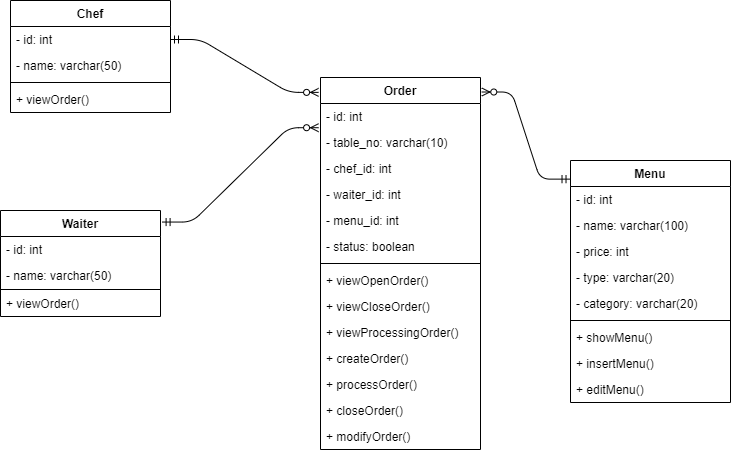
Above: img/class-diagram.png in epebri/btpns-test (draw.io), before the change. Source tidied: cells renumbered, new cells last; positions are measured from the earlier drawing's top-left corner, leaving out a move shared by most shapes. The source it was exported from:
```xml
<mxGraphModel>
  <root>
    <mxCell id="0" />
    <mxCell id="1" parent="0" />
    <mxCell id="2" value="Chef" style="swimlane;fontStyle=1;align=center;verticalAlign=top;horizontal=1;startSize=26;" parent="1" vertex="1">
      <mxGeometry x="10" width="160" height="112" as="geometry" />
    </mxCell>
    <mxCell id="3" value="- id: int" style="text;strokeColor=none;fillColor=none;align=left;verticalAlign=top;spacingLeft=4;spacingRight=4;overflow=hidden;points=[[0,0.5],[1,0.5]];portConstraint=eastwest;" parent="2" vertex="1">
      <mxGeometry y="26" width="160" height="26" as="geometry" />
    </mxCell>
    <mxCell id="4" value="- name: varchar(50)" style="text;strokeColor=none;fillColor=none;align=left;verticalAlign=top;spacingLeft=4;spacingRight=4;overflow=hidden;" parent="2" vertex="1">
      <mxGeometry y="52" width="160" height="26" as="geometry" />
    </mxCell>
    <mxCell id="5" style="line;strokeWidth=1;fillColor=none;align=left;verticalAlign=middle;spacingTop=-1;spacingLeft=3;spacingRight=3;labelPosition=right;" parent="2" vertex="1">
      <mxGeometry y="78" width="160" height="8" as="geometry" />
    </mxCell>
    <mxCell id="6" value="+ viewOrder()" style="text;strokeColor=none;fillColor=none;align=left;verticalAlign=top;spacingLeft=4;spacingRight=4;overflow=hidden;" parent="2" vertex="1">
      <mxGeometry y="86" width="160" height="26" as="geometry" />
    </mxCell>
    <mxCell id="7" value="Order" style="swimlane;fontStyle=1;align=center;verticalAlign=top;horizontal=1;startSize=26;" parent="1" vertex="1">
      <mxGeometry x="320" y="77" width="160" height="372" as="geometry" />
    </mxCell>
    <mxCell id="8" value="- id: int" style="text;strokeColor=none;fillColor=none;align=left;verticalAlign=top;spacingLeft=4;spacingRight=4;overflow=hidden;points=[[0,0.5],[1,0.5]];portConstraint=eastwest;" parent="7" vertex="1">
      <mxGeometry y="26" width="160" height="26" as="geometry" />
    </mxCell>
    <mxCell id="9" value="- table_no: varchar(10)" style="text;strokeColor=none;fillColor=none;align=left;verticalAlign=top;spacingLeft=4;spacingRight=4;overflow=hidden;" parent="7" vertex="1">
      <mxGeometry y="52" width="160" height="26" as="geometry" />
    </mxCell>
    <mxCell id="10" value="- chef_id: int" style="text;strokeColor=none;fillColor=none;align=left;verticalAlign=top;spacingLeft=4;spacingRight=4;overflow=hidden;points=[[0,0.5],[1,0.5]];portConstraint=eastwest;" parent="7" vertex="1">
      <mxGeometry y="78" width="160" height="26" as="geometry" />
    </mxCell>
    <mxCell id="11" value="- waiter_id: int" style="text;strokeColor=none;fillColor=none;align=left;verticalAlign=top;spacingLeft=4;spacingRight=4;overflow=hidden;points=[[0,0.5],[1,0.5]];portConstraint=eastwest;" parent="7" vertex="1">
      <mxGeometry y="104" width="160" height="26" as="geometry" />
    </mxCell>
    <mxCell id="12" value="- menu_id: int" style="text;strokeColor=none;fillColor=none;align=left;verticalAlign=top;spacingLeft=4;spacingRight=4;overflow=hidden;points=[[0,0.5],[1,0.5]];portConstraint=eastwest;" parent="7" vertex="1">
      <mxGeometry y="130" width="160" height="26" as="geometry" />
    </mxCell>
    <mxCell id="13" value="- status: boolean" style="text;strokeColor=none;fillColor=none;align=left;verticalAlign=top;spacingLeft=4;spacingRight=4;overflow=hidden;" parent="7" vertex="1">
      <mxGeometry y="156" width="160" height="26" as="geometry" />
    </mxCell>
    <mxCell id="14" style="line;strokeWidth=1;fillColor=none;align=left;verticalAlign=middle;spacingTop=-1;spacingLeft=3;spacingRight=3;labelPosition=right;" parent="7" vertex="1">
      <mxGeometry y="182" width="160" height="8" as="geometry" />
    </mxCell>
    <mxCell id="15" value="+ viewOpenOrder()" style="text;strokeColor=none;fillColor=none;align=left;verticalAlign=top;spacingLeft=4;spacingRight=4;overflow=hidden;" parent="7" vertex="1">
      <mxGeometry y="190" width="160" height="26" as="geometry" />
    </mxCell>
    <mxCell id="16" value="+ viewCloseOrder()" style="text;strokeColor=none;fillColor=none;align=left;verticalAlign=top;spacingLeft=4;spacingRight=4;overflow=hidden;" parent="7" vertex="1">
      <mxGeometry y="216" width="160" height="26" as="geometry" />
    </mxCell>
    <mxCell id="17" value="+ viewProcessingOrder()" style="text;strokeColor=none;fillColor=none;align=left;verticalAlign=top;spacingLeft=4;spacingRight=4;overflow=hidden;" parent="7" vertex="1">
      <mxGeometry y="242" width="160" height="26" as="geometry" />
    </mxCell>
    <mxCell id="18" value="+ createOrder()" style="text;strokeColor=none;fillColor=none;align=left;verticalAlign=top;spacingLeft=4;spacingRight=4;overflow=hidden;" parent="7" vertex="1">
      <mxGeometry y="268" width="160" height="26" as="geometry" />
    </mxCell>
    <mxCell id="19" value="+ processOrder()" style="text;strokeColor=none;fillColor=none;align=left;verticalAlign=top;spacingLeft=4;spacingRight=4;overflow=hidden;" parent="7" vertex="1">
      <mxGeometry y="294" width="160" height="26" as="geometry" />
    </mxCell>
    <mxCell id="20" value="+ closeOrder()" style="text;strokeColor=none;fillColor=none;align=left;verticalAlign=top;spacingLeft=4;spacingRight=4;overflow=hidden;" parent="7" vertex="1">
      <mxGeometry y="320" width="160" height="26" as="geometry" />
    </mxCell>
    <mxCell id="21" value="+ modifyOrder()" style="text;strokeColor=none;fillColor=none;align=left;verticalAlign=top;spacingLeft=4;spacingRight=4;overflow=hidden;" parent="7" vertex="1">
      <mxGeometry y="346" width="160" height="26" as="geometry" />
    </mxCell>
    <mxCell id="22" value="Menu" style="swimlane;fontStyle=1;align=center;verticalAlign=top;horizontal=1;startSize=26;" parent="1" vertex="1">
      <mxGeometry x="570" y="160" width="160" height="242" as="geometry" />
    </mxCell>
    <mxCell id="23" value="- id: int" style="text;strokeColor=none;fillColor=none;align=left;verticalAlign=top;spacingLeft=4;spacingRight=4;overflow=hidden;" parent="22" vertex="1">
      <mxGeometry y="26" width="160" height="26" as="geometry" />
    </mxCell>
    <mxCell id="24" value="- name: varchar(100)" style="text;strokeColor=none;fillColor=none;align=left;verticalAlign=top;spacingLeft=4;spacingRight=4;overflow=hidden;" parent="22" vertex="1">
      <mxGeometry y="52" width="160" height="26" as="geometry" />
    </mxCell>
    <mxCell id="25" value="- price: int" style="text;strokeColor=none;fillColor=none;align=left;verticalAlign=top;spacingLeft=4;spacingRight=4;overflow=hidden;" parent="22" vertex="1">
      <mxGeometry y="78" width="160" height="26" as="geometry" />
    </mxCell>
    <mxCell id="26" value="- type: varchar(20)&#10;" style="text;strokeColor=none;fillColor=none;align=left;verticalAlign=top;spacingLeft=4;spacingRight=4;overflow=hidden;" parent="22" vertex="1">
      <mxGeometry y="104" width="160" height="26" as="geometry" />
    </mxCell>
    <mxCell id="27" value="- category: varchar(20)" style="text;strokeColor=none;fillColor=none;align=left;verticalAlign=top;spacingLeft=4;spacingRight=4;overflow=hidden;" parent="22" vertex="1">
      <mxGeometry y="130" width="160" height="26" as="geometry" />
    </mxCell>
    <mxCell id="28" style="line;strokeWidth=1;fillColor=none;align=left;verticalAlign=middle;spacingTop=-1;spacingLeft=3;spacingRight=3;labelPosition=right;" parent="22" vertex="1">
      <mxGeometry y="156" width="160" height="8" as="geometry" />
    </mxCell>
    <mxCell id="29" value="+ showMenu()&#10;" style="text;strokeColor=none;fillColor=none;align=left;verticalAlign=top;spacingLeft=4;spacingRight=4;overflow=hidden;" parent="22" vertex="1">
      <mxGeometry y="164" width="160" height="26" as="geometry" />
    </mxCell>
    <mxCell id="30" value="+ insertMenu()" style="text;strokeColor=none;fillColor=none;align=left;verticalAlign=top;spacingLeft=4;spacingRight=4;overflow=hidden;" parent="22" vertex="1">
      <mxGeometry y="190" width="160" height="26" as="geometry" />
    </mxCell>
    <mxCell id="31" value="+ editMenu()" style="text;strokeColor=none;fillColor=none;align=left;verticalAlign=top;spacingLeft=4;spacingRight=4;overflow=hidden;" parent="22" vertex="1">
      <mxGeometry y="216" width="160" height="26" as="geometry" />
    </mxCell>
    <mxCell id="32" value="Waiter" style="swimlane;fontStyle=1;align=center;verticalAlign=top;horizontal=1;startSize=26;" parent="1" vertex="1">
      <mxGeometry y="210" width="160" height="106" as="geometry" />
    </mxCell>
    <mxCell id="33" value="- id: int" style="text;strokeColor=none;fillColor=none;align=left;verticalAlign=top;spacingLeft=4;spacingRight=4;overflow=hidden;" parent="32" vertex="1">
      <mxGeometry y="26" width="160" height="26" as="geometry" />
    </mxCell>
    <mxCell id="34" value="- name: varchar(50)" style="text;strokeColor=none;fillColor=none;align=left;verticalAlign=top;spacingLeft=4;spacingRight=4;overflow=hidden;" parent="32" vertex="1">
      <mxGeometry y="52" width="160" height="26" as="geometry" />
    </mxCell>
    <mxCell id="35" style="line;strokeWidth=1;fillColor=none;align=left;verticalAlign=middle;spacingTop=-1;spacingLeft=3;spacingRight=3;labelPosition=right;" parent="32" vertex="1">
      <mxGeometry y="78" width="160" height="2" as="geometry" />
    </mxCell>
    <mxCell id="36" value="+ viewOrder()" style="text;strokeColor=none;fillColor=none;align=left;verticalAlign=top;spacingLeft=4;spacingRight=4;overflow=hidden;" parent="32" vertex="1">
      <mxGeometry y="80" width="160" height="26" as="geometry" />
    </mxCell>
    <mxCell id="37" style="edgeStyle=entityRelationEdgeStyle;fontSize=12;html=1;endArrow=ERzeroToMany;startArrow=ERmandOne;exitX=1;exitY=0.5;exitDx=0;exitDy=0;entryX=-0.012;entryY=0.04;entryDx=0;entryDy=0;entryPerimeter=0;" parent="1" edge="1" source="3" target="7">
      <mxGeometry relative="1" as="geometry" />
    </mxCell>
    <mxCell id="38" style="edgeStyle=entityRelationEdgeStyle;fontSize=12;html=1;endArrow=ERzeroToMany;startArrow=ERmandOne;exitX=1.01;exitY=0.109;exitDx=0;exitDy=0;exitPerimeter=0;entryX=-0.012;entryY=0.931;entryDx=0;entryDy=0;entryPerimeter=0;" parent="1" edge="1" source="32" target="8">
      <mxGeometry relative="1" as="geometry" />
    </mxCell>
    <mxCell id="39" style="edgeStyle=entityRelationEdgeStyle;fontSize=12;html=1;endArrow=ERzeroToMany;startArrow=ERmandOne;entryX=1.008;entryY=0.039;entryDx=0;entryDy=0;entryPerimeter=0;exitX=-0.003;exitY=0.077;exitDx=0;exitDy=0;exitPerimeter=0;" parent="1" edge="1" source="22" target="7">
      <mxGeometry relative="1" as="geometry" />
    </mxCell>
  </root>
</mxGraphModel>
```
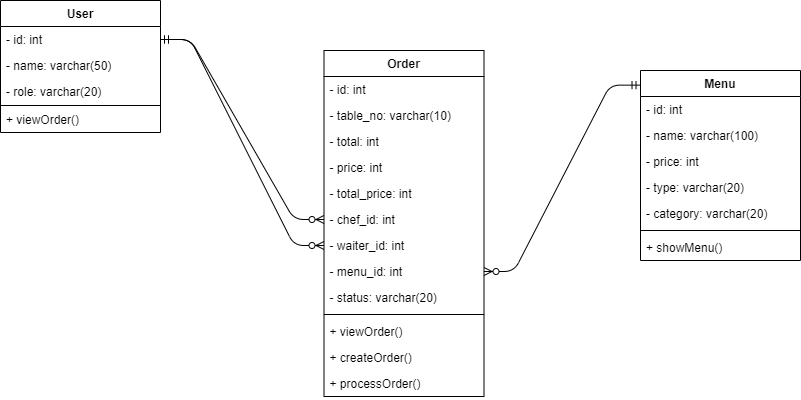
Above is the later version.

Diff of the diagram source:
```diff
@@ -2,23 +2,8 @@
   <root>
     <mxCell id="0" />
     <mxCell id="1" parent="0" />
-    <mxCell id="2" value="Chef" style="swimlane;fontStyle=1;align=center;verticalAlign=top;horizontal=1;startSize=26;" parent="1" vertex="1">
-      <mxGeometry x="10" width="160" height="112" as="geometry" />
-    </mxCell>
-    <mxCell id="3" value="- id: int" style="text;strokeColor=none;fillColor=none;align=left;verticalAlign=top;spacingLeft=4;spacingRight=4;overflow=hidden;points=[[0,0.5],[1,0.5]];portConstraint=eastwest;" parent="2" vertex="1">
-      <mxGeometry y="26" width="160" height="26" as="geometry" />
-    </mxCell>
-    <mxCell id="4" value="- name: varchar(50)" style="text;strokeColor=none;fillColor=none;align=left;verticalAlign=top;spacingLeft=4;spacingRight=4;overflow=hidden;" parent="2" vertex="1">
-      <mxGeometry y="52" width="160" height="26" as="geometry" />
-    </mxCell>
-    <mxCell id="5" style="line;strokeWidth=1;fillColor=none;align=left;verticalAlign=middle;spacingTop=-1;spacingLeft=3;spacingRight=3;labelPosition=right;" parent="2" vertex="1">
-      <mxGeometry y="78" width="160" height="8" as="geometry" />
-    </mxCell>
-    <mxCell id="6" value="+ viewOrder()" style="text;strokeColor=none;fillColor=none;align=left;verticalAlign=top;spacingLeft=4;spacingRight=4;overflow=hidden;" parent="2" vertex="1">
-      <mxGeometry y="86" width="160" height="26" as="geometry" />
-    </mxCell>
     <mxCell id="7" value="Order" style="swimlane;fontStyle=1;align=center;verticalAlign=top;horizontal=1;startSize=26;" parent="1" vertex="1">
-      <mxGeometry x="320" y="77" width="160" height="372" as="geometry" />
+      <mxGeometry x="253.5" y="140" width="160" height="346" as="geometry" />
     </mxCell>
     <mxCell id="8" value="- id: int" style="text;strokeColor=none;fillColor=none;align=left;verticalAlign=top;spacingLeft=4;spacingRight=4;overflow=hidden;points=[[0,0.5],[1,0.5]];portConstraint=eastwest;" parent="7" vertex="1">
       <mxGeometry y="26" width="160" height="26" as="geometry" />
@@ -26,44 +11,41 @@
     <mxCell id="9" value="- table_no: varchar(10)" style="text;strokeColor=none;fillColor=none;align=left;verticalAlign=top;spacingLeft=4;spacingRight=4;overflow=hidden;" parent="7" vertex="1">
       <mxGeometry y="52" width="160" height="26" as="geometry" />
     </mxCell>
+    <mxCell id="40" value="- total: int" style="text;strokeColor=none;fillColor=none;align=left;verticalAlign=top;spacingLeft=4;spacingRight=4;overflow=hidden;" parent="7" vertex="1">
+      <mxGeometry y="78" width="160" height="26" as="geometry" />
+    </mxCell>
+    <mxCell id="41" value="- price: int" style="text;strokeColor=none;fillColor=none;align=left;verticalAlign=top;spacingLeft=4;spacingRight=4;overflow=hidden;" parent="7" vertex="1">
+      <mxGeometry y="104" width="160" height="26" as="geometry" />
+    </mxCell>
+    <mxCell id="42" value="- total_price: int" style="text;strokeColor=none;fillColor=none;align=left;verticalAlign=top;spacingLeft=4;spacingRight=4;overflow=hidden;" parent="7" vertex="1">
+      <mxGeometry y="130" width="160" height="26" as="geometry" />
+    </mxCell>
     <mxCell id="10" value="- chef_id: int" style="text;strokeColor=none;fillColor=none;align=left;verticalAlign=top;spacingLeft=4;spacingRight=4;overflow=hidden;points=[[0,0.5],[1,0.5]];portConstraint=eastwest;" parent="7" vertex="1">
-      <mxGeometry y="78" width="160" height="26" as="geometry" />
+      <mxGeometry y="156" width="160" height="26" as="geometry" />
     </mxCell>
     <mxCell id="11" value="- waiter_id: int" style="text;strokeColor=none;fillColor=none;align=left;verticalAlign=top;spacingLeft=4;spacingRight=4;overflow=hidden;points=[[0,0.5],[1,0.5]];portConstraint=eastwest;" parent="7" vertex="1">
-      <mxGeometry y="104" width="160" height="26" as="geometry" />
+      <mxGeometry y="182" width="160" height="26" as="geometry" />
     </mxCell>
     <mxCell id="12" value="- menu_id: int" style="text;strokeColor=none;fillColor=none;align=left;verticalAlign=top;spacingLeft=4;spacingRight=4;overflow=hidden;points=[[0,0.5],[1,0.5]];portConstraint=eastwest;" parent="7" vertex="1">
-      <mxGeometry y="130" width="160" height="26" as="geometry" />
+      <mxGeometry y="208" width="160" height="26" as="geometry" />
     </mxCell>
-    <mxCell id="13" value="- status: boolean" style="text;strokeColor=none;fillColor=none;align=left;verticalAlign=top;spacingLeft=4;spacingRight=4;overflow=hidden;" parent="7" vertex="1">
-      <mxGeometry y="156" width="160" height="26" as="geometry" />
+    <mxCell id="13" value="- status: varchar(20)" style="text;strokeColor=none;fillColor=none;align=left;verticalAlign=top;spacingLeft=4;spacingRight=4;overflow=hidden;" parent="7" vertex="1">
+      <mxGeometry y="234" width="160" height="26" as="geometry" />
     </mxCell>
     <mxCell id="14" style="line;strokeWidth=1;fillColor=none;align=left;verticalAlign=middle;spacingTop=-1;spacingLeft=3;spacingRight=3;labelPosition=right;" parent="7" vertex="1">
-      <mxGeometry y="182" width="160" height="8" as="geometry" />
+      <mxGeometry y="260" width="160" height="8" as="geometry" />
     </mxCell>
-    <mxCell id="15" value="+ viewOpenOrder()" style="text;strokeColor=none;fillColor=none;align=left;verticalAlign=top;spacingLeft=4;spacingRight=4;overflow=hidden;" parent="7" vertex="1">
-      <mxGeometry y="190" width="160" height="26" as="geometry" />
+    <mxCell id="15" value="+ viewOrder()" style="text;strokeColor=none;fillColor=none;align=left;verticalAlign=top;spacingLeft=4;spacingRight=4;overflow=hidden;" parent="7" vertex="1">
+      <mxGeometry y="268" width="160" height="26" as="geometry" />
     </mxCell>
-    <mxCell id="16" value="+ viewCloseOrder()" style="text;strokeColor=none;fillColor=none;align=left;verticalAlign=top;spacingLeft=4;spacingRight=4;overflow=hidden;" parent="7" vertex="1">
-      <mxGeometry y="216" width="160" height="26" as="geometry" />
-    </mxCell>
-    <mxCell id="17" value="+ viewProcessingOrder()" style="text;strokeColor=none;fillColor=none;align=left;verticalAlign=top;spacingLeft=4;spacingRight=4;overflow=hidden;" parent="7" vertex="1">
-      <mxGeometry y="242" width="160" height="26" as="geometry" />
-    </mxCell>
     <mxCell id="18" value="+ createOrder()" style="text;strokeColor=none;fillColor=none;align=left;verticalAlign=top;spacingLeft=4;spacingRight=4;overflow=hidden;" parent="7" vertex="1">
-      <mxGeometry y="268" width="160" height="26" as="geometry" />
+      <mxGeometry y="294" width="160" height="26" as="geometry" />
     </mxCell>
     <mxCell id="19" value="+ processOrder()" style="text;strokeColor=none;fillColor=none;align=left;verticalAlign=top;spacingLeft=4;spacingRight=4;overflow=hidden;" parent="7" vertex="1">
-      <mxGeometry y="294" width="160" height="26" as="geometry" />
+      <mxGeometry y="320" width="160" height="26" as="geometry" />
     </mxCell>
-    <mxCell id="20" value="+ closeOrder()" style="text;strokeColor=none;fillColor=none;align=left;verticalAlign=top;spacingLeft=4;spacingRight=4;overflow=hidden;" parent="7" vertex="1">
-      <mxGeometry y="320" width="160" height="26" as="geometry" />
-    </mxCell>
-    <mxCell id="21" value="+ modifyOrder()" style="text;strokeColor=none;fillColor=none;align=left;verticalAlign=top;spacingLeft=4;spacingRight=4;overflow=hidden;" parent="7" vertex="1">
-      <mxGeometry y="346" width="160" height="26" as="geometry" />
-    </mxCell>
     <mxCell id="22" value="Menu" style="swimlane;fontStyle=1;align=center;verticalAlign=top;horizontal=1;startSize=26;" parent="1" vertex="1">
-      <mxGeometry x="570" y="160" width="160" height="242" as="geometry" />
+      <mxGeometry x="570" y="160" width="160" height="190" as="geometry" />
     </mxCell>
     <mxCell id="23" value="- id: int" style="text;strokeColor=none;fillColor=none;align=left;verticalAlign=top;spacingLeft=4;spacingRight=4;overflow=hidden;" parent="22" vertex="1">
       <mxGeometry y="26" width="160" height="26" as="geometry" />
@@ -86,35 +68,32 @@
     <mxCell id="29" value="+ showMenu()&#10;" style="text;strokeColor=none;fillColor=none;align=left;verticalAlign=top;spacingLeft=4;spacingRight=4;overflow=hidden;" parent="22" vertex="1">
       <mxGeometry y="164" width="160" height="26" as="geometry" />
     </mxCell>
-    <mxCell id="30" value="+ insertMenu()" style="text;strokeColor=none;fillColor=none;align=left;verticalAlign=top;spacingLeft=4;spacingRight=4;overflow=hidden;" parent="22" vertex="1">
-      <mxGeometry y="190" width="160" height="26" as="geometry" />
-    </mxCell>
-    <mxCell id="31" value="+ editMenu()" style="text;strokeColor=none;fillColor=none;align=left;verticalAlign=top;spacingLeft=4;spacingRight=4;overflow=hidden;" parent="22" vertex="1">
-      <mxGeometry y="216" width="160" height="26" as="geometry" />
-    </mxCell>
-    <mxCell id="32" value="Waiter" style="swimlane;fontStyle=1;align=center;verticalAlign=top;horizontal=1;startSize=26;" parent="1" vertex="1">
-      <mxGeometry y="210" width="160" height="106" as="geometry" />
-    </mxCell>
-    <mxCell id="33" value="- id: int" style="text;strokeColor=none;fillColor=none;align=left;verticalAlign=top;spacingLeft=4;spacingRight=4;overflow=hidden;" parent="32" vertex="1">
-      <mxGeometry y="26" width="160" height="26" as="geometry" />
-    </mxCell>
-    <mxCell id="34" value="- name: varchar(50)" style="text;strokeColor=none;fillColor=none;align=left;verticalAlign=top;spacingLeft=4;spacingRight=4;overflow=hidden;" parent="32" vertex="1">
-      <mxGeometry y="52" width="160" height="26" as="geometry" />
-    </mxCell>
-    <mxCell id="35" style="line;strokeWidth=1;fillColor=none;align=left;verticalAlign=middle;spacingTop=-1;spacingLeft=3;spacingRight=3;labelPosition=right;" parent="32" vertex="1">
-      <mxGeometry y="78" width="160" height="2" as="geometry" />
-    </mxCell>
-    <mxCell id="36" value="+ viewOrder()" style="text;strokeColor=none;fillColor=none;align=left;verticalAlign=top;spacingLeft=4;spacingRight=4;overflow=hidden;" parent="32" vertex="1">
-      <mxGeometry y="80" width="160" height="26" as="geometry" />
-    </mxCell>
-    <mxCell id="37" style="edgeStyle=entityRelationEdgeStyle;fontSize=12;html=1;endArrow=ERzeroToMany;startArrow=ERmandOne;exitX=1;exitY=0.5;exitDx=0;exitDy=0;entryX=-0.012;entryY=0.04;entryDx=0;entryDy=0;entryPerimeter=0;" parent="1" edge="1" source="3" target="7">
+    <mxCell id="37" style="edgeStyle=entityRelationEdgeStyle;fontSize=12;html=1;endArrow=ERzeroToMany;startArrow=ERmandOne;exitX=1;exitY=0.5;exitDx=0;exitDy=0;entryX=0;entryY=0.5;entryDx=0;entryDy=0;" parent="1" edge="1" source="44" target="10">
       <mxGeometry relative="1" as="geometry" />
     </mxCell>
-    <mxCell id="38" style="edgeStyle=entityRelationEdgeStyle;fontSize=12;html=1;endArrow=ERzeroToMany;startArrow=ERmandOne;exitX=1.01;exitY=0.109;exitDx=0;exitDy=0;exitPerimeter=0;entryX=-0.012;entryY=0.931;entryDx=0;entryDy=0;entryPerimeter=0;" parent="1" edge="1" source="32" target="8">
+    <mxCell id="38" style="edgeStyle=entityRelationEdgeStyle;fontSize=12;html=1;endArrow=ERzeroToMany;startArrow=ERmandOne;exitX=1;exitY=0.5;exitDx=0;exitDy=0;entryX=0;entryY=0.5;entryDx=0;entryDy=0;" parent="1" edge="1" source="44" target="11">
       <mxGeometry relative="1" as="geometry" />
     </mxCell>
-    <mxCell id="39" style="edgeStyle=entityRelationEdgeStyle;fontSize=12;html=1;endArrow=ERzeroToMany;startArrow=ERmandOne;entryX=1.008;entryY=0.039;entryDx=0;entryDy=0;entryPerimeter=0;exitX=-0.003;exitY=0.077;exitDx=0;exitDy=0;exitPerimeter=0;" parent="1" edge="1" source="22" target="7">
+    <mxCell id="39" style="edgeStyle=entityRelationEdgeStyle;fontSize=12;html=1;endArrow=ERzeroToMany;startArrow=ERmandOne;entryX=1;entryY=0.5;entryDx=0;entryDy=0;exitX=-0.003;exitY=0.077;exitDx=0;exitDy=0;exitPerimeter=0;" parent="1" edge="1" source="22" target="12">
       <mxGeometry relative="1" as="geometry" />
     </mxCell>
+    <mxCell id="43" value="User" style="swimlane;fontStyle=1;align=center;verticalAlign=top;horizontal=1;startSize=26;" parent="1" vertex="1">
+      <mxGeometry x="-70" y="90" width="160" height="132" as="geometry" />
+    </mxCell>
+    <mxCell id="44" value="- id: int" style="text;strokeColor=none;fillColor=none;align=left;verticalAlign=top;spacingLeft=4;spacingRight=4;overflow=hidden;points=[[0,0.5],[1,0.5]];portConstraint=eastwest;" parent="43" vertex="1">
+      <mxGeometry y="26" width="160" height="26" as="geometry" />
+    </mxCell>
+    <mxCell id="45" value="- name: varchar(50)" style="text;strokeColor=none;fillColor=none;align=left;verticalAlign=top;spacingLeft=4;spacingRight=4;overflow=hidden;" parent="43" vertex="1">
+      <mxGeometry y="52" width="160" height="26" as="geometry" />
+    </mxCell>
+    <mxCell id="46" value="- role: varchar(20)" style="text;strokeColor=none;fillColor=none;align=left;verticalAlign=top;spacingLeft=4;spacingRight=4;overflow=hidden;" parent="43" vertex="1">
+      <mxGeometry y="78" width="160" height="26" as="geometry" />
+    </mxCell>
+    <mxCell id="47" style="line;strokeWidth=1;fillColor=none;align=left;verticalAlign=middle;spacingTop=-1;spacingLeft=3;spacingRight=3;labelPosition=right;" parent="43" vertex="1">
+      <mxGeometry y="104" width="160" height="2" as="geometry" />
+    </mxCell>
+    <mxCell id="48" value="+ viewOrder()" style="text;strokeColor=none;fillColor=none;align=left;verticalAlign=top;spacingLeft=4;spacingRight=4;overflow=hidden;" parent="43" vertex="1">
+      <mxGeometry y="106" width="160" height="26" as="geometry" />
+    </mxCell>
   </root>
 </mxGraphModel>
```
